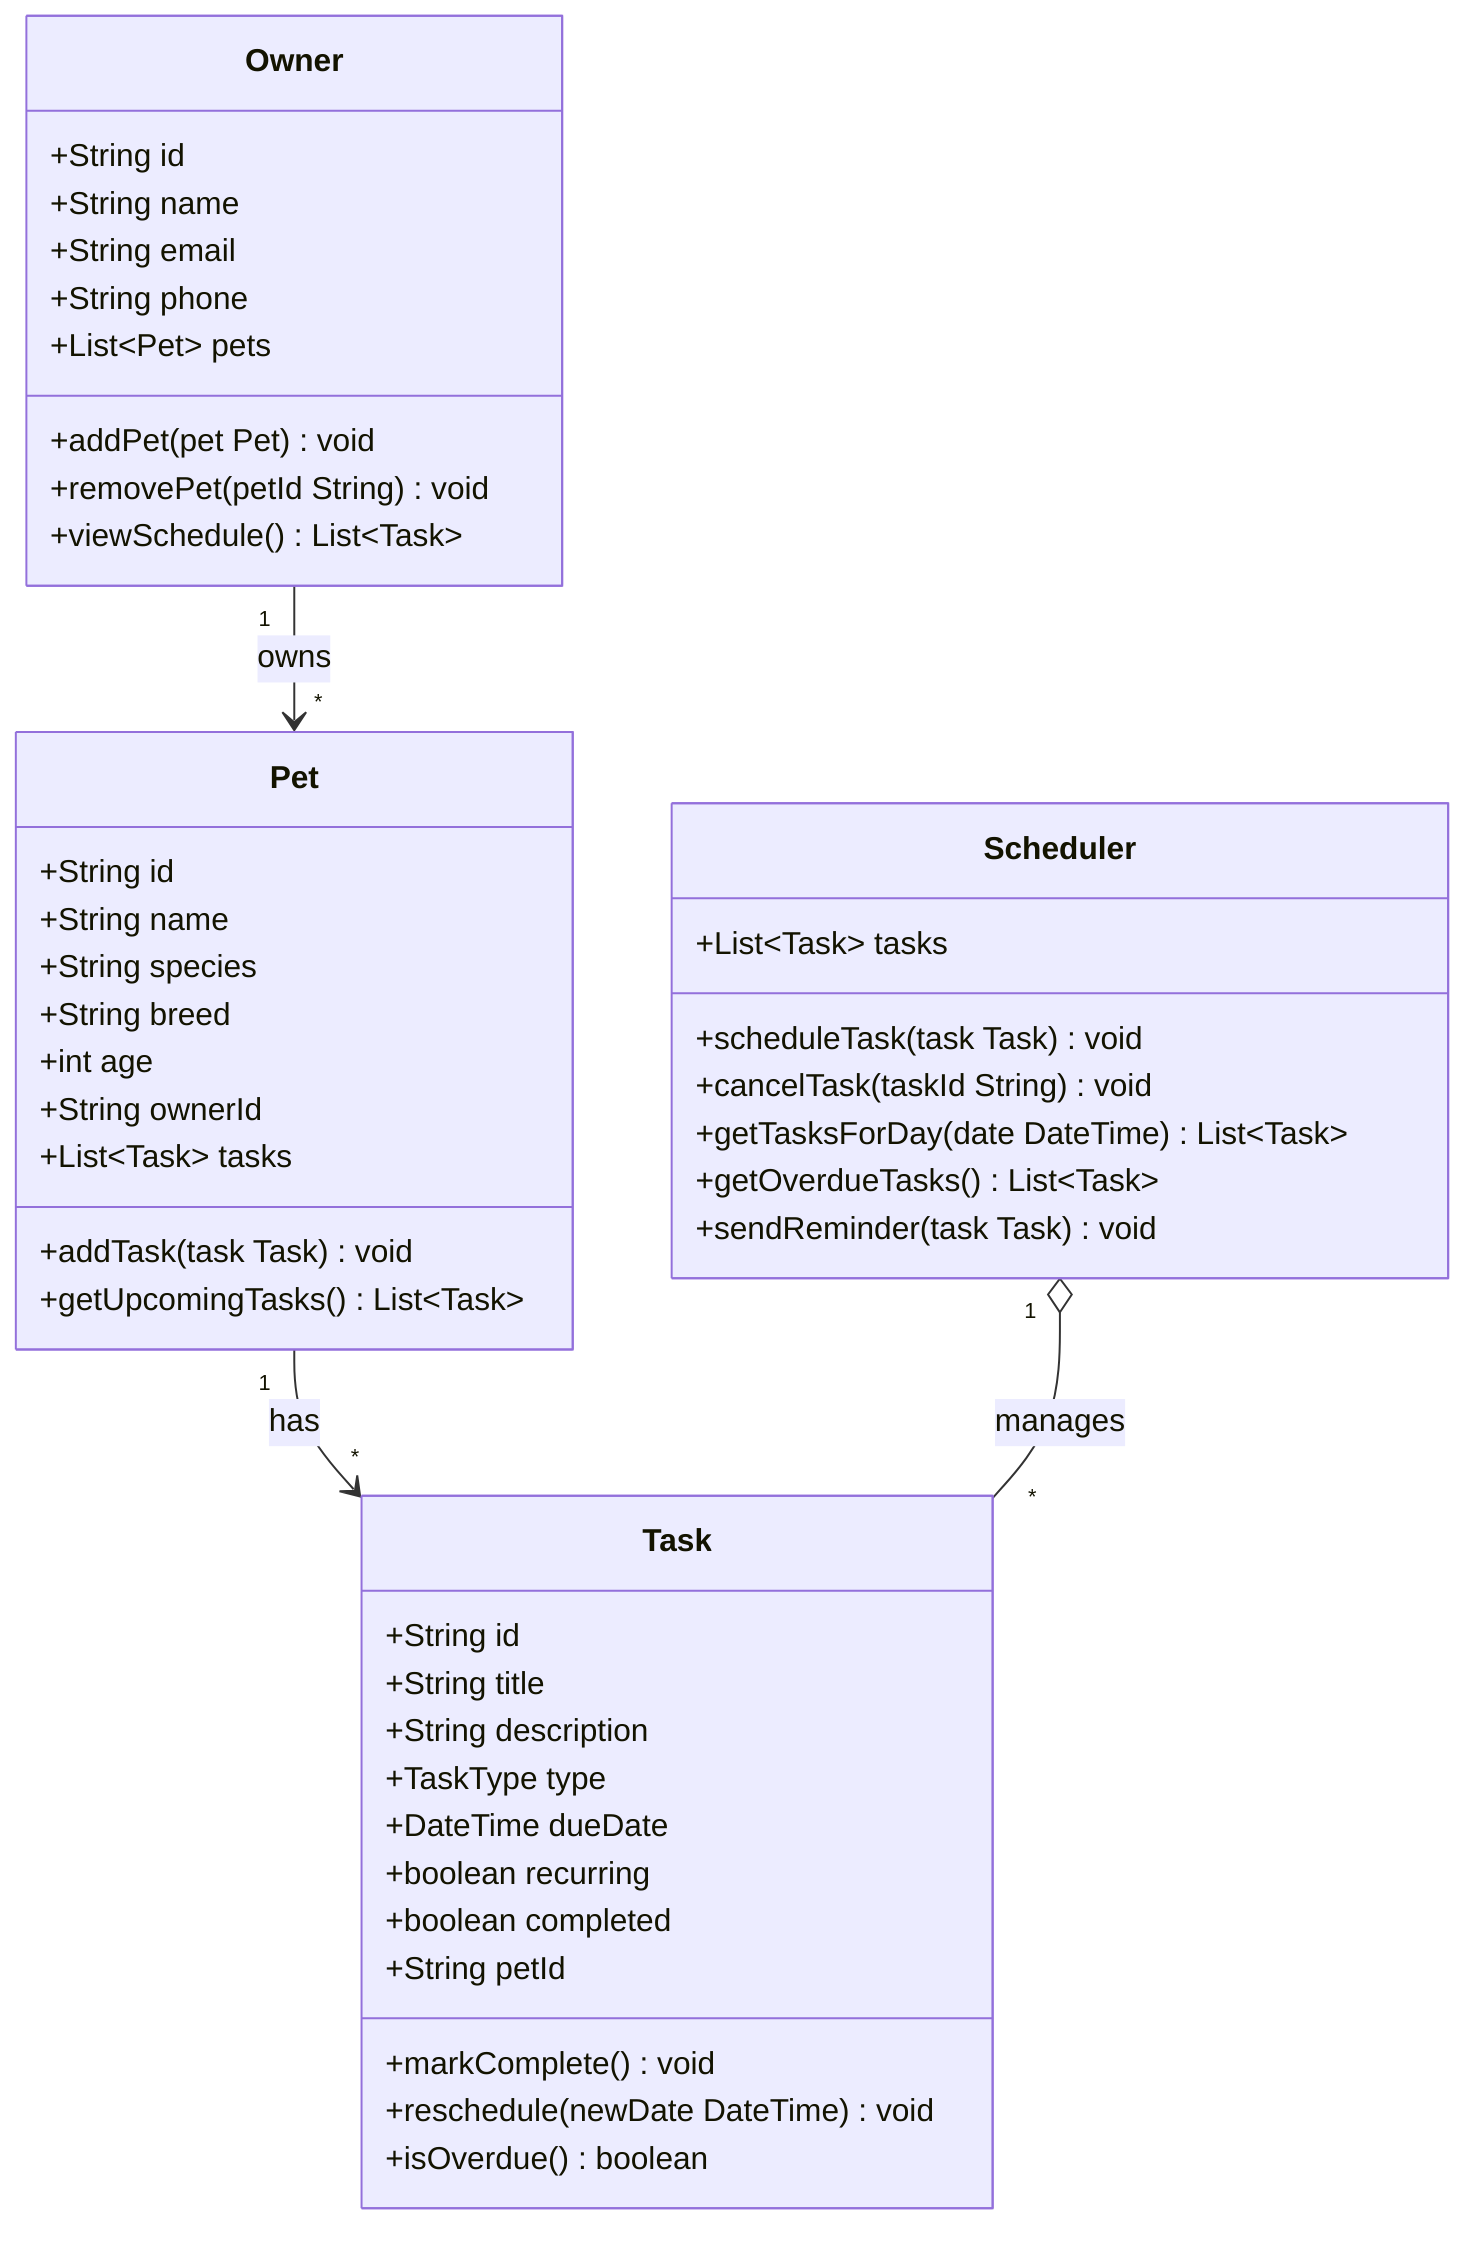
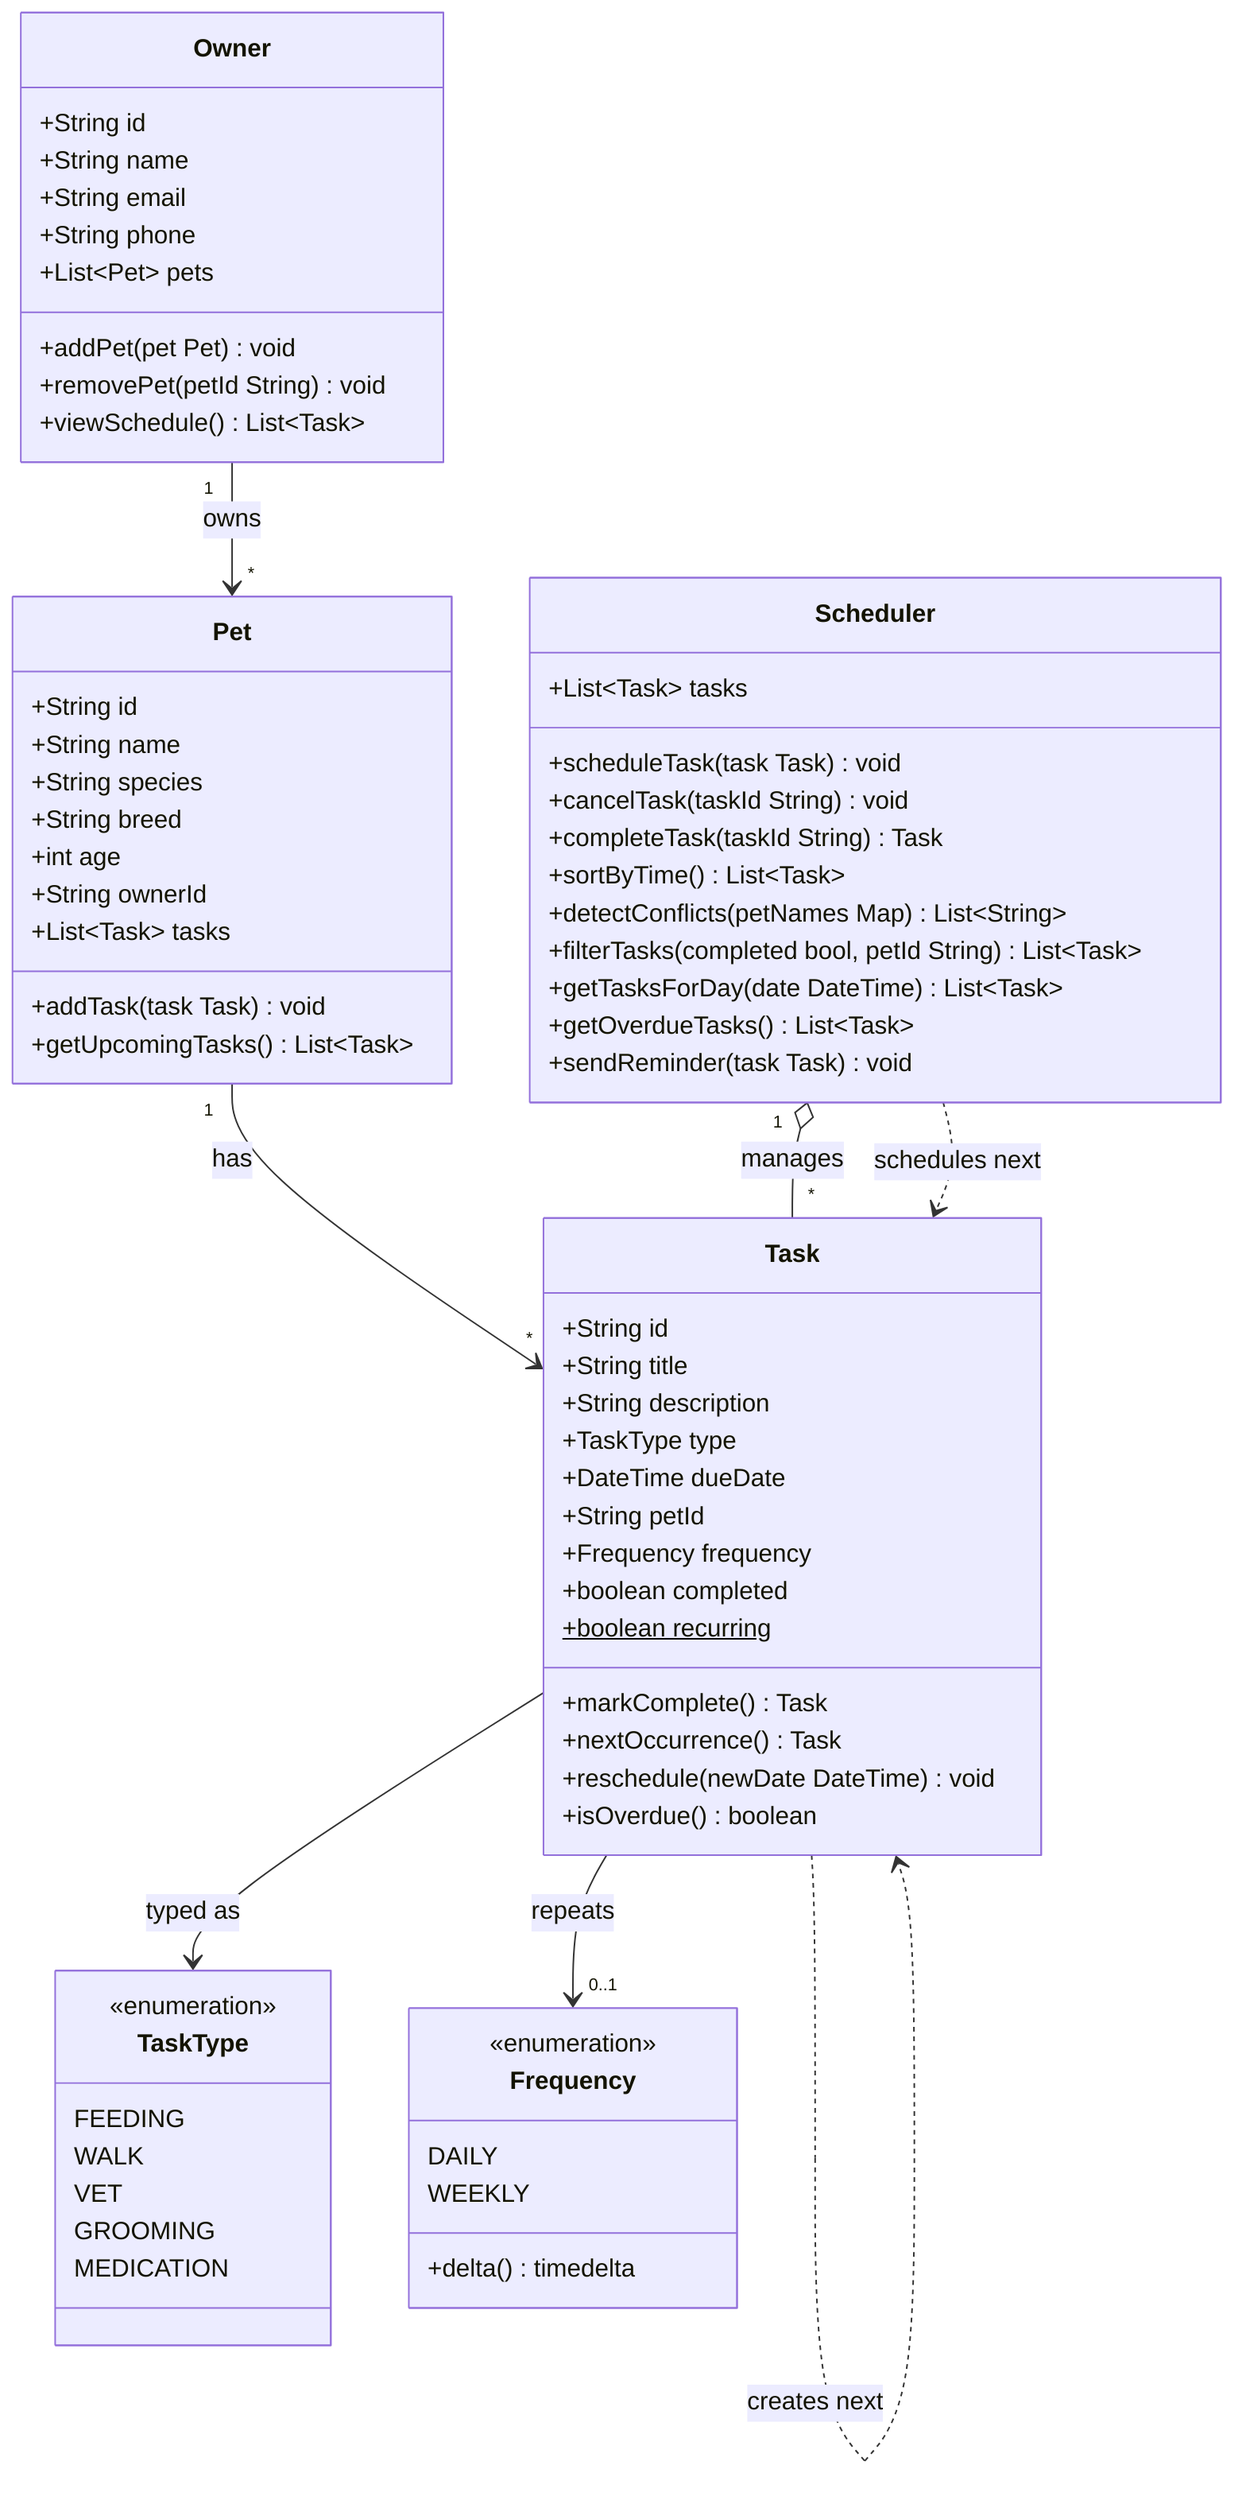
classDiagram
    class Owner {
        +String id
        +String name
        +String email
        +String phone
        +List~Pet~ pets
        +addPet(pet Pet) void
        +removePet(petId String) void
        +viewSchedule() List~Task~
    }

    class Pet {
        +String id
        +String name
        +String species
        +String breed
        +int age
        +String ownerId
        +List~Task~ tasks
        +addTask(task Task) void
        +getUpcomingTasks() List~Task~
    }

    class Task {
        +String id
        +String title
        +String description
        +TaskType type
        +DateTime dueDate
-         +boolean recurring
+         +String petId
+         +Frequency frequency
        +boolean completed
-         +String petId
-         +markComplete() void
+         +boolean recurring$
+         +markComplete() Task
+         +nextOccurrence() Task
        +reschedule(newDate DateTime) void
        +isOverdue() boolean
    }

    class Scheduler {
        +List~Task~ tasks
        +scheduleTask(task Task) void
        +cancelTask(taskId String) void
+         +completeTask(taskId String) Task
+         +sortByTime() List~Task~
+         +detectConflicts(petNames Map) List~String~
+         +filterTasks(completed bool, petId String) List~Task~
        +getTasksForDay(date DateTime) List~Task~
        +getOverdueTasks() List~Task~
        +sendReminder(task Task) void
    }

+     class TaskType {
+         <<enumeration>>
+         FEEDING
+         WALK
+         VET
+         GROOMING
+         MEDICATION
+     }
+ 
+     class Frequency {
+         <<enumeration>>
+         DAILY
+         WEEKLY
+         +delta() timedelta
+     }
+ 
    Owner "1" --> "*" Pet : owns
    Pet "1" --> "*" Task : has
    Scheduler "1" o-- "*" Task : manages
+     Task --> TaskType : typed as
+     Task --> "0..1" Frequency : repeats
+     Task ..> Task : creates next
+     Scheduler ..> Task : schedules next
